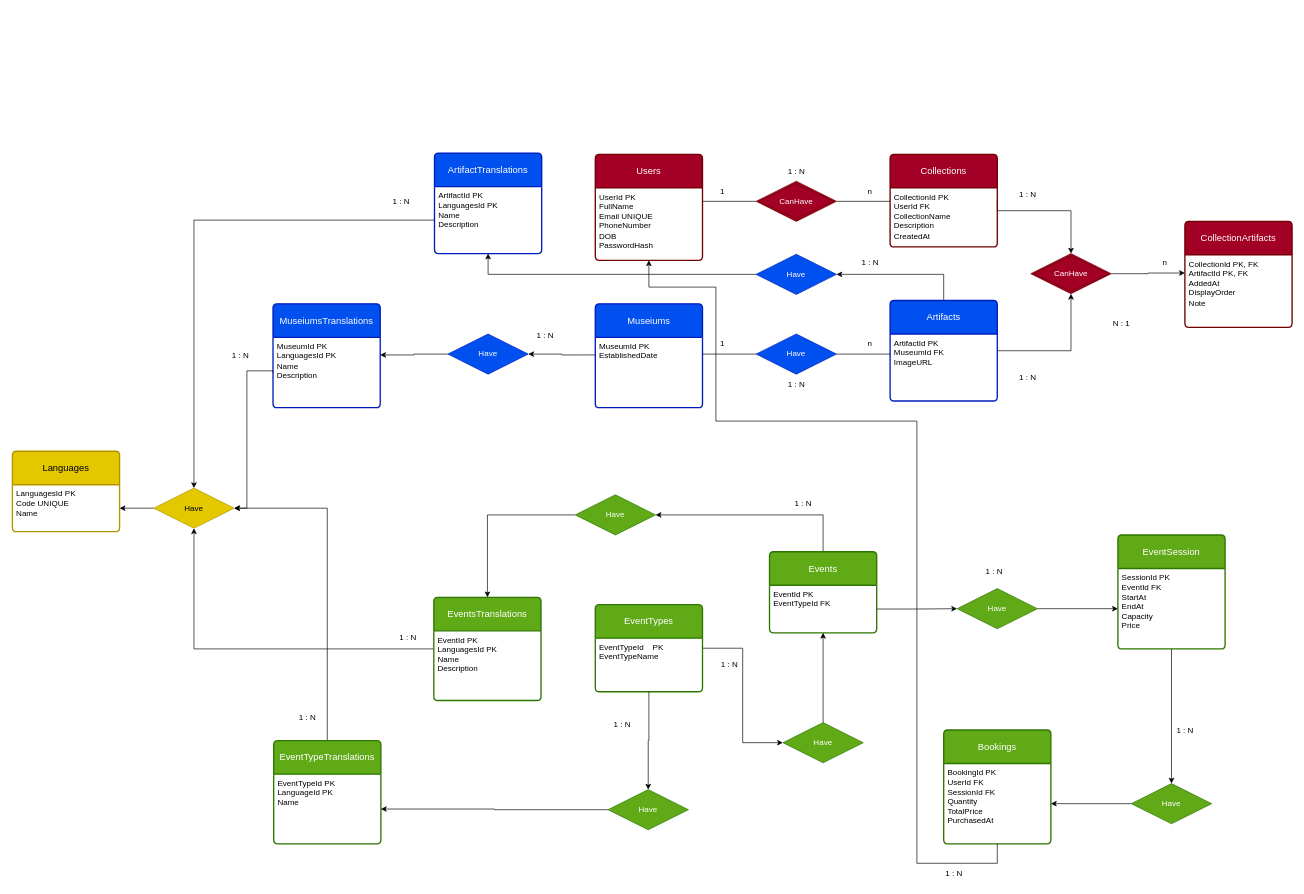
Earlier version of the draw.io diagram LoghanteDOC/ERD/LoghanteDB_MultiLang_V1.1.0.drawio (iXZed026/Loghante-Project). Source tidied: cells renumbered, new cells numbered last; positions are measured from the earlier drawing's top-left corner, leaving out a move shared by most shapes. Both pictures are drawn from the tidied source at 67%, with x=0, y=0 at pixel (12, 153).
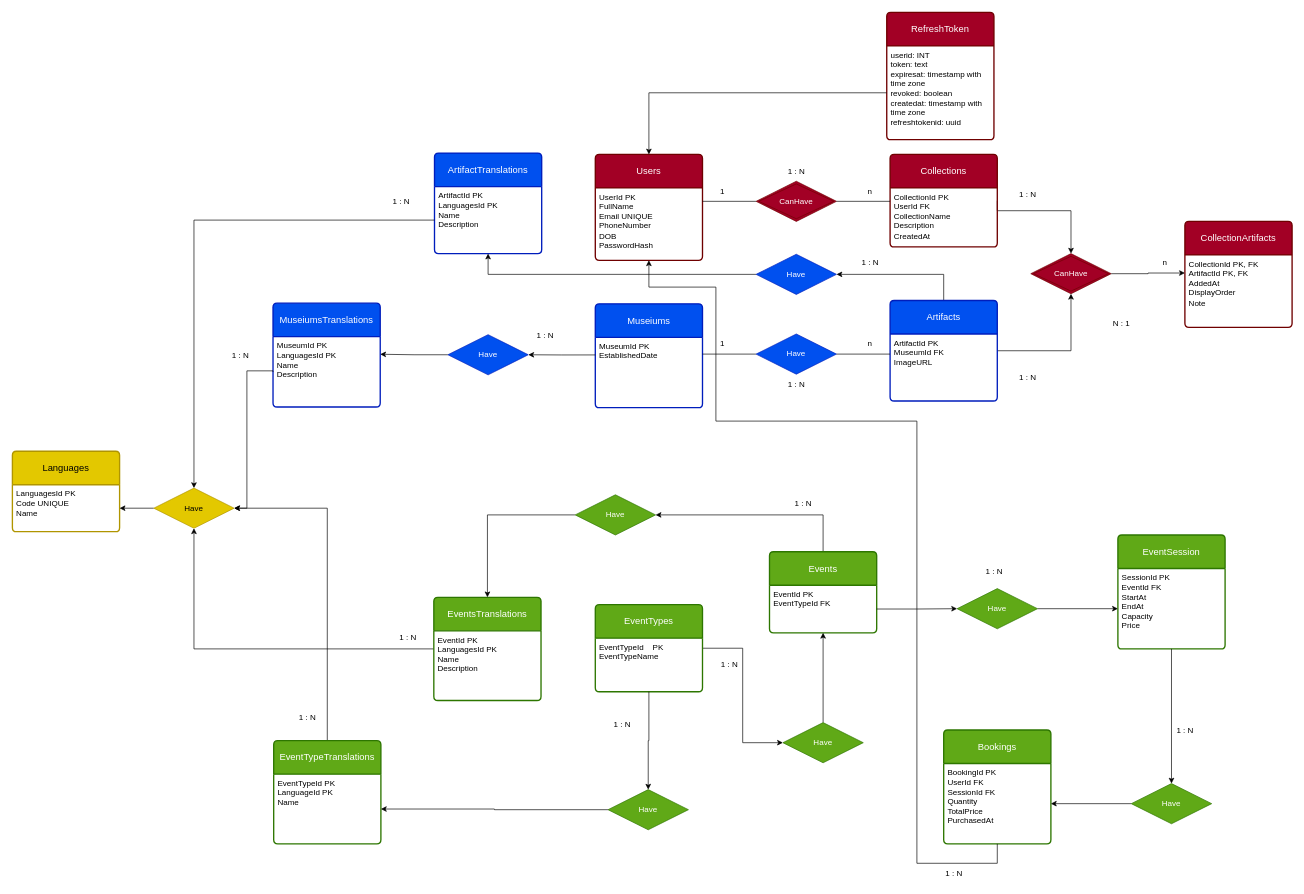
Above is the later version.

Unchanged cells that the change refers to:
```xml
<mxCell id="2" value="Users" style="swimlane;horizontal=1;startSize=50;rounded=1;fontSize=14;fontStyle=0;strokeWidth=2;shadow=0;dashed=0;align=center;arcSize=4;whiteSpace=wrap;html=1;fillColor=#a20025;fontColor=#ffffff;strokeColor=#6F0000;" parent="1" vertex="1">
  <mxGeometry x="870" y="2" width="160" height="158" as="geometry" />
</mxCell>
```

Diff of the diagram source:
```diff
@@
     <mxCell id="57" value="MuseiumsTranslations" style="swimlane;horizontal=1;startSize=50;rounded=1;fontSize=14;fontStyle=0;strokeWidth=2;shadow=0;dashed=0;align=center;arcSize=4;whiteSpace=wrap;html=1;fillColor=#0050ef;fontColor=#ffffff;strokeColor=#001DBC;" parent="1" vertex="1">
-      <mxGeometry x="389" y="225" width="160" height="155" as="geometry" />
+      <mxGeometry x="389" y="224" width="160" height="155" as="geometry" />
     </mxCell>
@@
     <mxCell id="63" value="Have" style="shape=rhombus;perimeter=rhombusPerimeter;whiteSpace=wrap;html=1;align=center;fillColor=#0050ef;fontColor=#ffffff;strokeColor=#001DBC;" parent="1" vertex="1">
-      <mxGeometry x="650" y="270" width="120" height="60" as="geometry" />
+      <mxGeometry x="650" y="271" width="120" height="60" as="geometry" />
     </mxCell>
@@
+    <mxCell id="90" value="RefreshToken" style="swimlane;horizontal=1;startSize=50;rounded=1;fontSize=14;fontStyle=0;strokeWidth=2;shadow=0;dashed=0;align=center;arcSize=4;whiteSpace=wrap;html=1;fillColor=#a20025;fontColor=#ffffff;strokeColor=#6F0000;" parent="1" vertex="1">
+      <mxGeometry x="1305" y="-210" width="160" height="190" as="geometry" />
+    </mxCell>
+    <mxCell id="91" value="&lt;div&gt;userid: INT&lt;/div&gt;&lt;div&gt;token: text&lt;/div&gt;&lt;div&gt;expiresat: timestamp with time zone&lt;/div&gt;&lt;div&gt;revoked: boolean&lt;/div&gt;&lt;div&gt;createdat: timestamp with time zone&lt;/div&gt;&lt;div&gt;refreshtokenid: uuid&lt;/div&gt;" style="align=left;strokeColor=none;fillColor=none;spacingLeft=4;spacingRight=4;fontSize=12;verticalAlign=top;html=1;whiteSpace=wrap;" parent="90" vertex="1">
+      <mxGeometry y="50" width="160" height="140" as="geometry" />
+    </mxCell>
+    <mxCell id="92" style="edgeStyle=orthogonalEdgeStyle;rounded=0;jettySize=auto;html=1;exitX=0;exitY=0.5;exitDx=0;exitDy=0;entryX=0.5;entryY=0;entryDx=0;entryDy=0;" parent="1" edge="1" source="91" target="2">
+      <mxGeometry relative="1" as="geometry" />
+    </mxCell>
```
